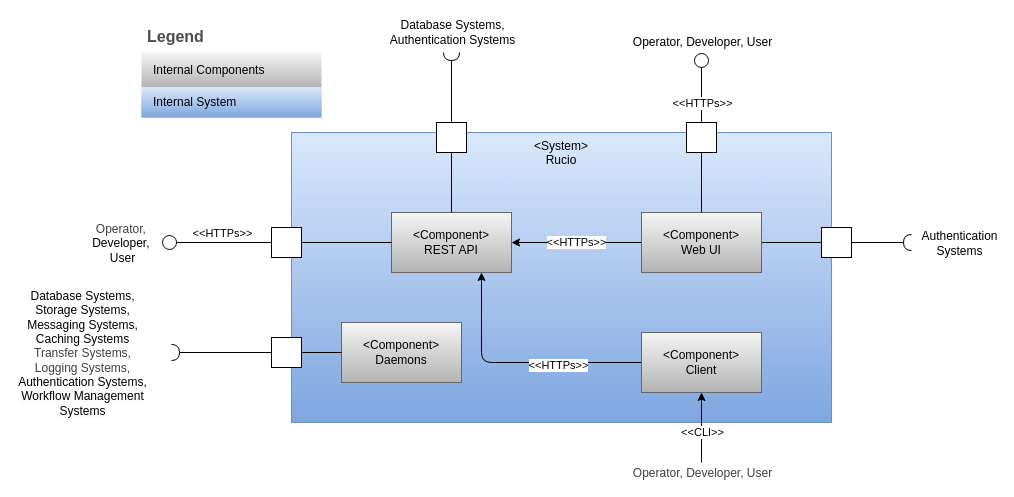
Before: diagrams/Building Block Lvl 1 View.drawio in mgajek-cern/architecture-docs, a draw.io diagram. Source tidied: cells renumbered, new cells numbered last; positions are measured from the earlier drawing's top-left corner, leaving out a move shared by most shapes. Both pictures are drawn from the tidied source at 100%, with x=0, y=0 at pixel (141, 22).
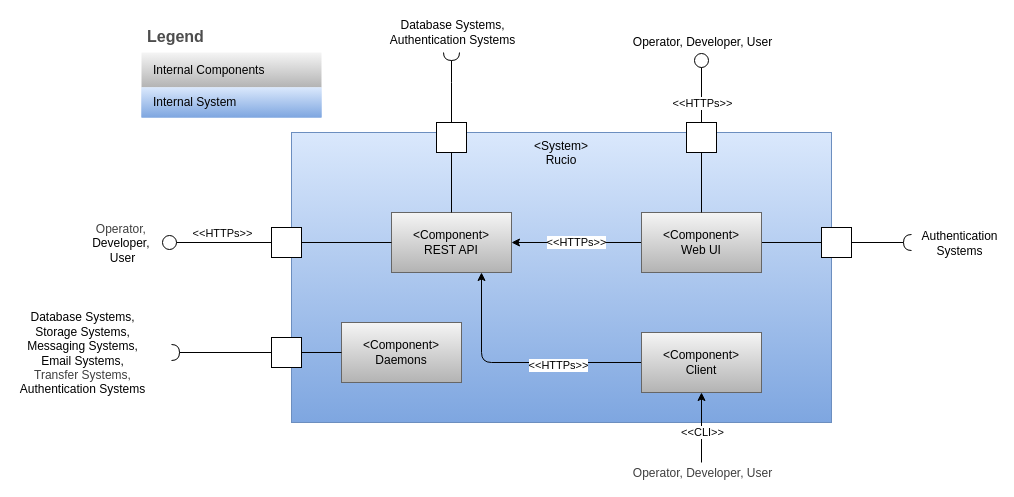
The same diagram, later.

Commit message (it also covers changes not shown here):
docs: Update Building Block Lvl 1 View Daemon communication with external systems

Unchanged cells that the change refers to:
```xml
<mxCell id="34" style="edgeStyle=none;html=1;endArrow=halfCircle;endFill=0;" parent="1" edge="1" source="36">
  <mxGeometry relative="1" as="geometry">
    <mxPoint x="30" y="330" as="targetPoint" />
  </mxGeometry>
</mxCell>
```

The edit, as a diff of the source:
```diff
@@
-    <mxCell id="35" value="&lt;font style=&quot;font-size: 12px;&quot;&gt;&lt;span style=&quot;color: rgb(0, 0, 0);&quot;&gt;Database Systems,&lt;/span&gt;&lt;br&gt;Storage Systems,&lt;/font&gt;&lt;div&gt;&lt;font style=&quot;font-size: 12px;&quot;&gt;Messaging Systems,&lt;/font&gt;&lt;/div&gt;&lt;div&gt;&lt;font style=&quot;font-size: 12px;&quot;&gt;Caching Systems&lt;/font&gt;&lt;/div&gt;&lt;div&gt;&lt;span style=&quot;color: rgb(63, 63, 63);&quot;&gt;&lt;font style=&quot;font-size: 12px;&quot;&gt;Transfer Systems,&lt;br&gt;Logging Systems,&lt;/font&gt;&lt;/span&gt;&lt;/div&gt;&lt;div&gt;&lt;span style=&quot;color: rgb(0, 0, 0);&quot;&gt;&lt;font style=&quot;font-size: 12px;&quot;&gt;Authentication Systems,&lt;/font&gt;&lt;/span&gt;&lt;/div&gt;&lt;div&gt;&lt;span style=&quot;color: rgb(0, 0, 0);&quot;&gt;&lt;span style=&quot;color: rgb(0, 0, 0); font-size: 12px; text-wrap-mode: wrap; background-color: rgb(251, 251, 251);&quot;&gt;Workflow Management Systems&lt;/span&gt;&lt;/span&gt;&lt;/div&gt;" style="edgeLabel;html=1;align=center;verticalAlign=middle;" parent="34" vertex="1">
+    <mxCell id="35" value="&lt;font style=&quot;font-size: 12px;&quot;&gt;&lt;span style=&quot;color: rgb(0, 0, 0);&quot;&gt;Database Systems,&lt;/span&gt;&lt;br&gt;Storage Systems,&lt;/font&gt;&lt;div&gt;&lt;font style=&quot;font-size: 12px;&quot;&gt;Messaging Systems,&lt;/font&gt;&lt;/div&gt;&lt;div&gt;&lt;font style=&quot;font-size: 12px;&quot;&gt;Email Systems,&lt;/font&gt;&lt;/div&gt;&lt;div&gt;&lt;span style=&quot;color: rgb(63, 63, 63);&quot;&gt;&lt;font style=&quot;font-size: 12px;&quot;&gt;Transfer Systems,&lt;br&gt;&lt;/font&gt;&lt;/span&gt;&lt;/div&gt;&lt;div&gt;&lt;span style=&quot;color: rgb(0, 0, 0);&quot;&gt;&lt;font style=&quot;font-size: 12px;&quot;&gt;Authentication Systems&lt;br&gt;&lt;/font&gt;&lt;/span&gt;&lt;/div&gt;" style="edgeLabel;html=1;align=center;verticalAlign=middle;" parent="34" vertex="1">
       <mxGeometry x="0.13" y="-4" relative="1" as="geometry">
         <mxPoint x="-134" y="4" as="offset" />
       </mxGeometry>
     </mxCell>
```
